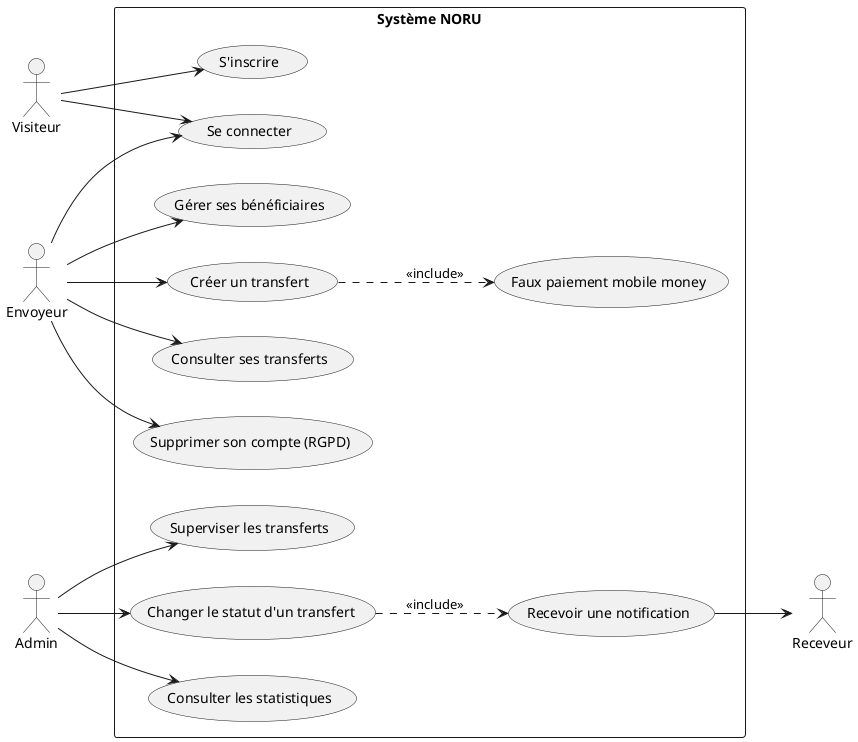
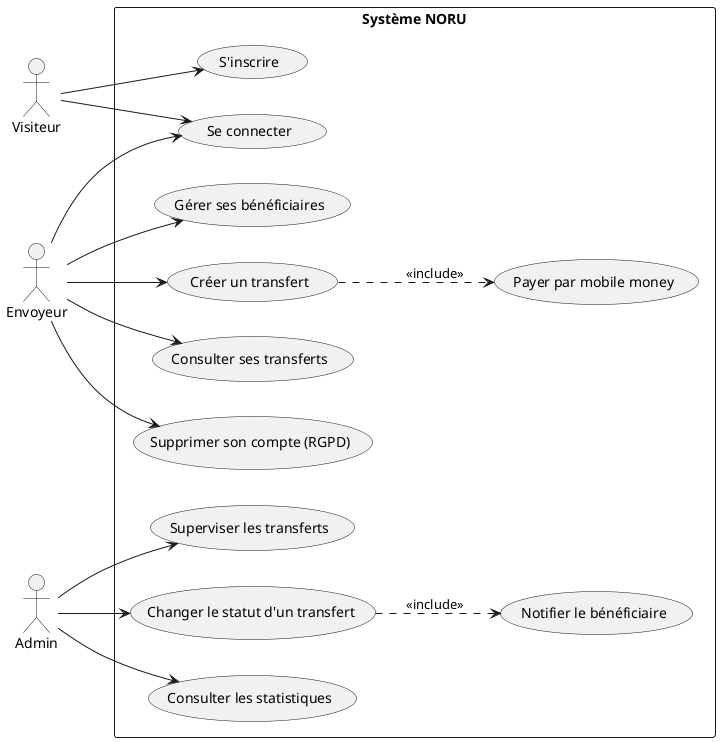
@startuml cas-utilisation-noru
left to right direction
skinparam packageStyle rectangle

actor "Visiteur" as V
actor "Envoyeur" as E
actor "Admin" as A
- actor "Receveur" as R

rectangle "Système NORU" {
  usecase "S'inscrire" as UC1
  usecase "Se connecter" as UC2
  usecase "Gérer ses bénéficiaires" as UC3
  usecase "Créer un transfert" as UC4
-   usecase "Faux paiement mobile money" as UC5
+   usecase "Payer par mobile money" as UC5
  usecase "Consulter ses transferts" as UC6
  usecase "Supprimer son compte (RGPD)" as UC7
  usecase "Superviser les transferts" as UC8
  usecase "Changer le statut d'un transfert" as UC9
  usecase "Consulter les statistiques" as UC10
-   usecase "Recevoir une notification" as UC11
+   usecase "Notifier le bénéficiaire" as UC11
}

V --> UC1
V --> UC2
E --> UC2
E --> UC3
E --> UC4
E --> UC6
E --> UC7
UC4 ..> UC5 : <<include>>
UC9 ..> UC11 : <<include>>
A --> UC8
A --> UC9
A --> UC10
- UC11 --> R
@enduml
